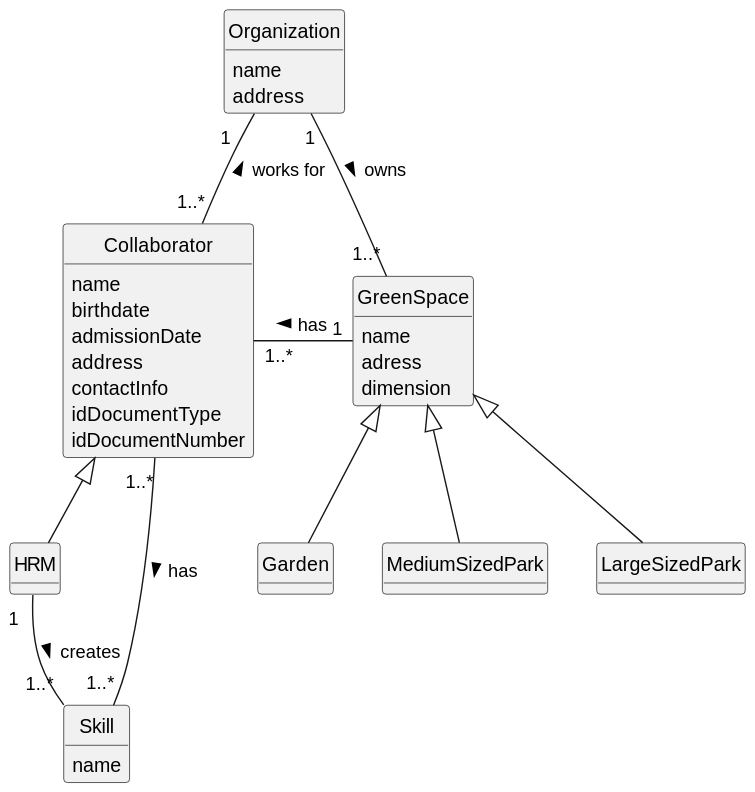
Above: docs/sprintB/us001/02.analysis/svg/us001-domain-model.svg in diogoveirospro/lei-24-s2-1dg-g072 (PlantUML), before the change. Its diagram source:
```plantuml
@startuml
skinparam monochrome true
skinparam packageStyle rectangle
skinparam shadowing false


skinparam classAttributeIconSize 0

hide circle
hide methods

class Collaborator {
   name
   birthdate
   admissionDate
   address
   contactInfo
   idDocumentType
   idDocumentNumber
}

class HRM {

}

class Skill {
    name
}
class GreenSpace {
    name
    adress
    dimension
}

class Garden {

}

class MediumSizedPark {

}

class LargeSizedPark {

}
class Organization{
    name
    address

}



Collaborator "1..*" - "1" GreenSpace: has <
Skill "1..*" - "1..*" Collaborator: has <
HRM "1  " -- "1..*" Skill: creates >
Collaborator <|-- HRM
GreenSpace <|-- Garden
GreenSpace <|-- MediumSizedPark
GreenSpace <|-- LargeSizedPark
Organization "1" -- "1..*" GreenSpace: owns >
Organization "1   " -- "1..*" Collaborator: works for <
@enduml
```
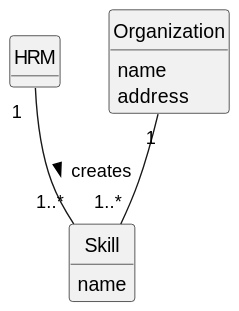
Above is the later version.

Change to the diagram source:
```diff
@@ -9,15 +9,7 @@
 hide circle
 hide methods
 
-class Collaborator {
-   name
-   birthdate
-   admissionDate
-   address
-   contactInfo
-   idDocumentType
-   idDocumentNumber
-}
+
 
 class HRM {
 
@@ -26,38 +18,16 @@
 class Skill {
     name
 }
-class GreenSpace {
-    name
-    adress
-    dimension
-}
 
-class Garden {
 
-}
-
-class MediumSizedPark {
-
-}
-
-class LargeSizedPark {
-
-}
 class Organization{
     name
     address
-
 }
 
 
 
-Collaborator "1..*" - "1" GreenSpace: has <
-Skill "1..*" - "1..*" Collaborator: has <
+
 HRM "1  " -- "1..*" Skill: creates >
-Collaborator <|-- HRM
-GreenSpace <|-- Garden
-GreenSpace <|-- MediumSizedPark
-GreenSpace <|-- LargeSizedPark
-Organization "1" -- "1..*" GreenSpace: owns >
-Organization "1   " -- "1..*" Collaborator: works for <
+Organization "1" -- "1..*" Skill
 @enduml
```
